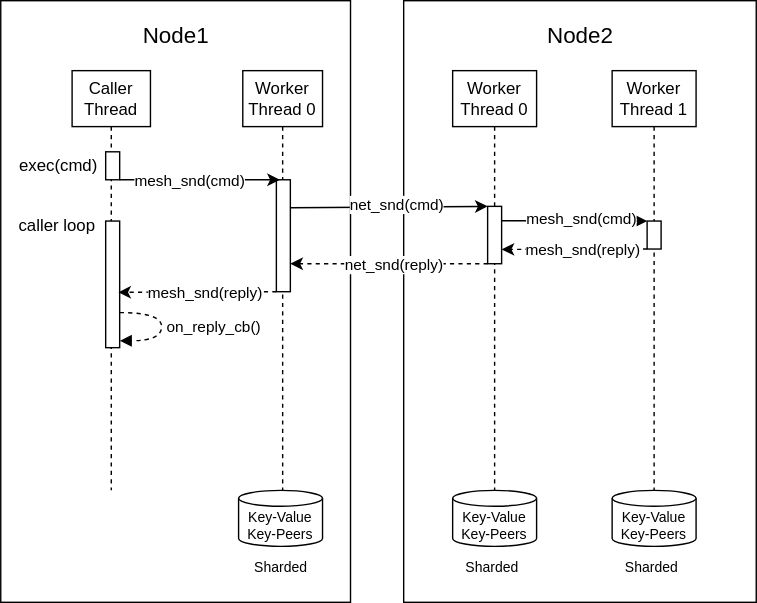
Before: docs/imgs/thread_model.svg, a diagram exported from draw.io (geedge/swarmkv). Source tidied: cells renumbered, new cells last; positions are measured from the earlier drawing's top-left corner, leaving out a move shared by most shapes.
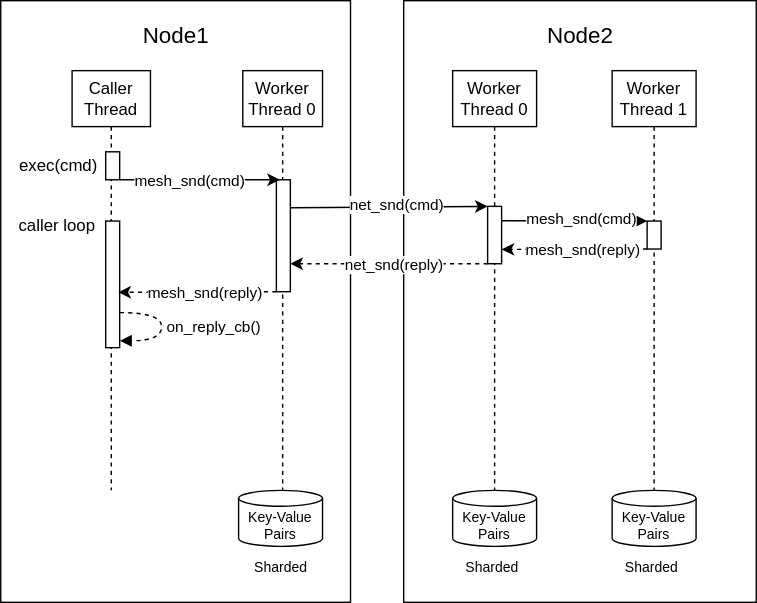
The same diagram one commit later.

What changed in the source:
```diff
@@ -65,7 +65,7 @@
         <mxPoint x="27" as="offset" />
       </mxGeometry>
     </mxCell>
-    <mxCell id="21" value="&lt;span style=&quot;&quot;&gt;Key-Value&lt;/span&gt;&lt;br style=&quot;&quot;&gt;&lt;span style=&quot;&quot;&gt;Key-Peers&lt;/span&gt;" style="shape=cylinder3;whiteSpace=wrap;html=1;boundedLbl=1;backgroundOutline=1;size=5.655172413793082;fontSize=10;" parent="1" vertex="1">
+    <mxCell id="21" value="&lt;span style=&quot;&quot;&gt;Key-Value&lt;br&gt;&lt;/span&gt;Pairs" style="shape=cylinder3;whiteSpace=wrap;html=1;boundedLbl=1;backgroundOutline=1;size=5.655172413793082;fontSize=10;" parent="1" vertex="1">
       <mxGeometry x="170" y="350" width="60" height="40" as="geometry" />
     </mxCell>
     <mxCell id="22" style="endArrow=classic;html=1;rounded=0;curved=1;exitX=0;exitY=1;exitDx=0;exitDy=0;dashed=1;entryX=0.905;entryY=0.402;entryDx=0;entryDy=0;entryPerimeter=0;" parent="1" edge="1" source="8">
@@ -78,7 +78,7 @@
         <mxPoint x="24" as="offset" />
       </mxGeometry>
     </mxCell>
-    <mxCell id="24" value="&lt;span style=&quot;&quot;&gt;Key-Value&lt;/span&gt;&lt;br style=&quot;&quot;&gt;&lt;span style=&quot;&quot;&gt;Key-Peers&lt;/span&gt;" style="shape=cylinder3;whiteSpace=wrap;html=1;boundedLbl=1;backgroundOutline=1;size=5.655172413793082;fontSize=10;" parent="1" vertex="1">
+    <mxCell id="24" value="&lt;span style=&quot;&quot;&gt;Key-Value&lt;/span&gt;&lt;br style=&quot;&quot;&gt;&lt;span style=&quot;&quot;&gt;Pairs&lt;/span&gt;" style="shape=cylinder3;whiteSpace=wrap;html=1;boundedLbl=1;backgroundOutline=1;size=5.655172413793082;fontSize=10;" parent="1" vertex="1">
       <mxGeometry x="323" y="350" width="60" height="40" as="geometry" />
     </mxCell>
     <mxCell id="25" value="Sharded" style="text;html=1;align=center;verticalAlign=middle;strokeColor=none;fillColor=none;fontSize=10;" parent="1" vertex="1">
@@ -101,7 +101,7 @@
         <mxPoint x="23" as="offset" />
       </mxGeometry>
     </mxCell>
-    <mxCell id="31" value="&lt;span style=&quot;&quot;&gt;Key-Value&lt;/span&gt;&lt;br style=&quot;&quot;&gt;&lt;span style=&quot;&quot;&gt;Key-Peers&lt;/span&gt;" style="shape=cylinder3;whiteSpace=wrap;html=1;boundedLbl=1;backgroundOutline=1;size=5.655172413793082;fontSize=10;" parent="1" vertex="1">
+    <mxCell id="31" value="&lt;span style=&quot;&quot;&gt;Key-Value&lt;/span&gt;&lt;br style=&quot;&quot;&gt;Pairs" style="shape=cylinder3;whiteSpace=wrap;html=1;boundedLbl=1;backgroundOutline=1;size=5.655172413793082;fontSize=10;" parent="1" vertex="1">
       <mxGeometry x="437" y="350" width="60" height="40" as="geometry" />
     </mxCell>
     <mxCell id="32" value="Sharded" style="text;html=1;align=center;verticalAlign=middle;strokeColor=none;fillColor=none;fontSize=10;" parent="1" vertex="1">
```
